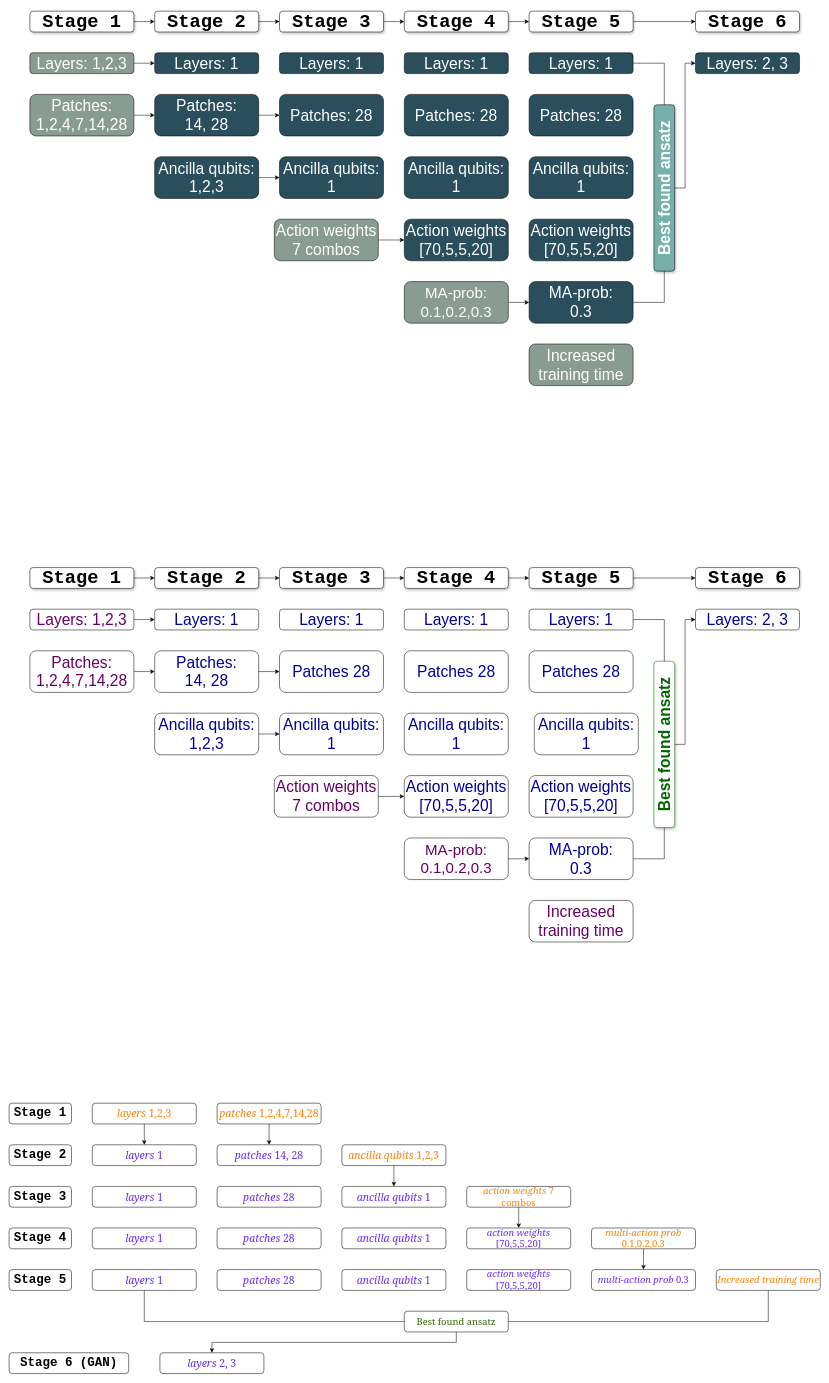
BiancaMass/Diagrams keeps this draw.io diagram as ExperimentsOverview.drawio. Above is the earlier version. Source tidied: cells renumbered, new cells numbered last; positions are measured from the earlier drawing's top-left corner, leaving out a move shared by most shapes. Both pictures are drawn from the tidied source at 52%, with x=0, y=0 at pixel (9, 11).
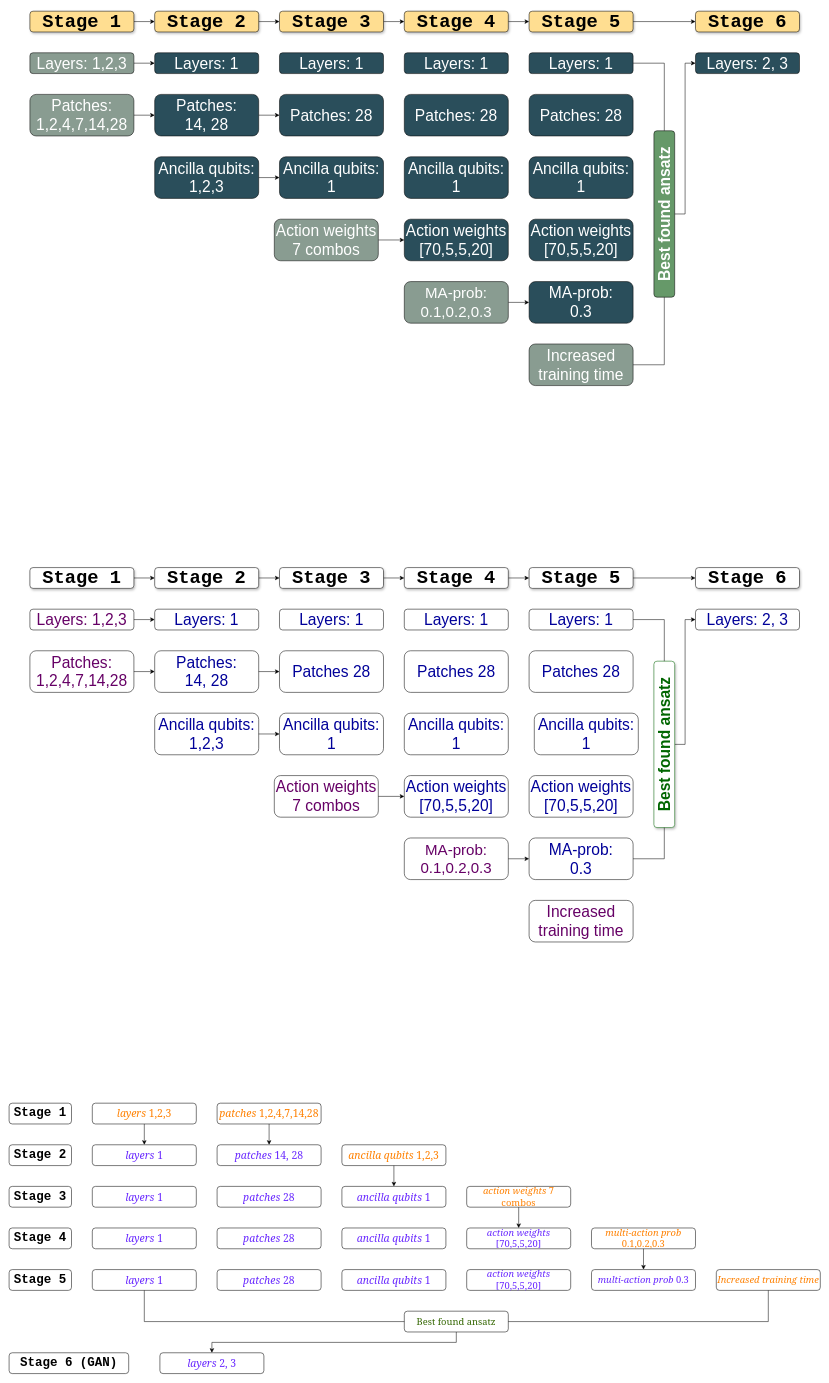
The same page after the edit.

The change refers to these unchanged cells:
```xml
<mxCell id="97" value="&lt;span style=&quot;font-size: 30px;&quot;&gt;&lt;font color=&quot;#ffffff&quot;&gt;MA-prob:&lt;br&gt;0.3&lt;/font&gt;&lt;/span&gt;" style="rounded=1;whiteSpace=wrap;html=1;strokeColor=#000000;fillColor=#2A4E5B;shadow=0;" parent="1" vertex="1">
  <mxGeometry x="1000" y="520" width="200" height="80" as="geometry" />
</mxCell>
<mxCell id="98" value="&lt;font color=&quot;#ffffff&quot; face=&quot;Helvetica&quot; style=&quot;font-size: 30px;&quot;&gt;Increased training time&lt;/font&gt;" style="rounded=1;whiteSpace=wrap;html=1;strokeColor=#000000;fillColor=#899C91;shadow=0;" parent="1" vertex="1">
  <mxGeometry x="1000" y="640" width="200" height="80" as="geometry" />
</mxCell>
```

What changed in the source:
```diff
@@
-    <mxCell id="81" value="&lt;font face=&quot;Courier New&quot; style=&quot;font-size: 36px;&quot;&gt;&lt;b&gt;Stage 1&lt;/b&gt;&lt;/font&gt;" style="rounded=1;whiteSpace=wrap;html=1;shadow=1;strokeColor=default;" parent="1" vertex="1">
+    <mxCell id="81" value="&lt;b style=&quot;font-family: &amp;quot;Courier New&amp;quot;; font-size: 36px;&quot;&gt;Stage 1&lt;/b&gt;" style="rounded=1;whiteSpace=wrap;html=1;shadow=1;strokeColor=default;fillColor=#FFDE91;" parent="1" vertex="1">
       <mxGeometry x="40" width="200" height="40" as="geometry" />
     </mxCell>
@@
-    <mxCell id="100" value="&lt;font color=&quot;#ffffff&quot; face=&quot;Helvetica&quot; style=&quot;font-size: 30px;&quot;&gt;&lt;b style=&quot;&quot;&gt;Best found ansatz&lt;/b&gt;&lt;/font&gt;" style="rounded=1;whiteSpace=wrap;html=1;rotation=-90;shadow=1;strokeColor=#000000;fillColor=#77B0AB;" parent="1" vertex="1">
-      <mxGeometry x="1100" y="320" width="320" height="40" as="geometry" />
+    <mxCell id="100" value="&lt;font color=&quot;#ffffff&quot; face=&quot;Helvetica&quot; style=&quot;font-size: 30px;&quot;&gt;&lt;b&gt;Best found ansatz&lt;/b&gt;&lt;/font&gt;" style="rounded=1;whiteSpace=wrap;html=1;rotation=-90;shadow=0;strokeColor=#000000;fillColor=#669969;" parent="1" vertex="1">
+      <mxGeometry x="1100" y="370" width="320" height="40" as="geometry" />
     </mxCell>
@@
-    <mxCell id="102" style="endArrow=none;html=1;rounded=0;exitX=1;exitY=0.5;exitDx=0;exitDy=0;entryX=0;entryY=0.5;entryDx=0;entryDy=0;" parent="1" edge="1" source="97" target="100">
-      <mxGeometry relative="1" as="geometry">
-        <Array as="points">
-          <mxPoint x="1260" y="560" />
-        </Array>
-      </mxGeometry>
-    </mxCell>
@@
-    <mxCell id="105" value="&lt;font style=&quot;font-size: 36px;&quot; face=&quot;Courier New&quot;&gt;&lt;b style=&quot;&quot;&gt;Stage 2&lt;/b&gt;&lt;/font&gt;" style="rounded=1;whiteSpace=wrap;html=1;shadow=1;strokeColor=default;" parent="1" vertex="1">
+    <mxCell id="105" value="&lt;font style=&quot;font-size: 36px;&quot; face=&quot;Courier New&quot;&gt;&lt;b style=&quot;&quot;&gt;Stage 2&lt;/b&gt;&lt;/font&gt;" style="rounded=1;whiteSpace=wrap;html=1;shadow=1;strokeColor=default;fillColor=#FFDE91;" parent="1" vertex="1">
       <mxGeometry x="280" width="200" height="40" as="geometry" />
     </mxCell>
@@
-    <mxCell id="107" value="&lt;font style=&quot;font-size: 36px;&quot; face=&quot;Courier New&quot;&gt;&lt;b style=&quot;&quot;&gt;Stage 3&lt;/b&gt;&lt;/font&gt;" style="rounded=1;whiteSpace=wrap;html=1;shadow=1;strokeColor=default;" parent="1" vertex="1">
+    <mxCell id="107" value="&lt;font style=&quot;font-size: 36px;&quot; face=&quot;Courier New&quot;&gt;&lt;b style=&quot;&quot;&gt;Stage 3&lt;/b&gt;&lt;/font&gt;" style="rounded=1;whiteSpace=wrap;html=1;shadow=1;strokeColor=default;fillColor=#FFDE91;" parent="1" vertex="1">
       <mxGeometry x="520" width="200" height="40" as="geometry" />
     </mxCell>
@@
-    <mxCell id="109" value="&lt;font style=&quot;font-size: 36px;&quot; face=&quot;Courier New&quot;&gt;&lt;b style=&quot;&quot;&gt;Stage 4&lt;/b&gt;&lt;/font&gt;" style="rounded=1;whiteSpace=wrap;html=1;shadow=1;strokeColor=default;" parent="1" vertex="1">
+    <mxCell id="109" value="&lt;font style=&quot;font-size: 36px;&quot; face=&quot;Courier New&quot;&gt;&lt;b style=&quot;&quot;&gt;Stage 4&lt;/b&gt;&lt;/font&gt;" style="rounded=1;whiteSpace=wrap;html=1;shadow=1;strokeColor=default;fillColor=#FFDE91;" parent="1" vertex="1">
       <mxGeometry x="760" width="200" height="40" as="geometry" />
     </mxCell>
@@
-    <mxCell id="111" value="&lt;font style=&quot;font-size: 36px;&quot; face=&quot;Courier New&quot;&gt;&lt;b style=&quot;&quot;&gt;Stage 5&lt;/b&gt;&lt;/font&gt;" style="rounded=1;whiteSpace=wrap;html=1;shadow=1;strokeColor=default;" parent="1" vertex="1">
+    <mxCell id="111" value="&lt;font style=&quot;font-size: 36px;&quot; face=&quot;Courier New&quot;&gt;&lt;b style=&quot;&quot;&gt;Stage 5&lt;/b&gt;&lt;/font&gt;" style="rounded=1;whiteSpace=wrap;html=1;shadow=1;strokeColor=default;fillColor=#FFDE91;" parent="1" vertex="1">
       <mxGeometry x="1000" width="200" height="40" as="geometry" />
     </mxCell>
-    <mxCell id="112" value="&lt;font style=&quot;font-size: 36px;&quot; face=&quot;Courier New&quot;&gt;&lt;b style=&quot;&quot;&gt;Stage 6&lt;/b&gt;&lt;/font&gt;" style="rounded=1;whiteSpace=wrap;html=1;shadow=1;" parent="1" vertex="1">
+    <mxCell id="112" value="&lt;font style=&quot;font-size: 36px;&quot; face=&quot;Courier New&quot;&gt;&lt;b style=&quot;&quot;&gt;Stage 6&lt;/b&gt;&lt;/font&gt;" style="rounded=1;whiteSpace=wrap;html=1;shadow=1;fillColor=#FFDE91;" parent="1" vertex="1">
       <mxGeometry x="1320" width="200" height="40" as="geometry" />
     </mxCell>
@@
+    <mxCell id="122" style="endArrow=none;html=1;rounded=0;exitX=1;exitY=0.5;exitDx=0;exitDy=0;entryX=0;entryY=0.5;entryDx=0;entryDy=0;" parent="1" edge="1" source="98" target="100">
+      <mxGeometry relative="1" as="geometry">
+        <Array as="points">
+          <mxPoint x="1260" y="680" />
+        </Array>
+      </mxGeometry>
+    </mxCell>
```
